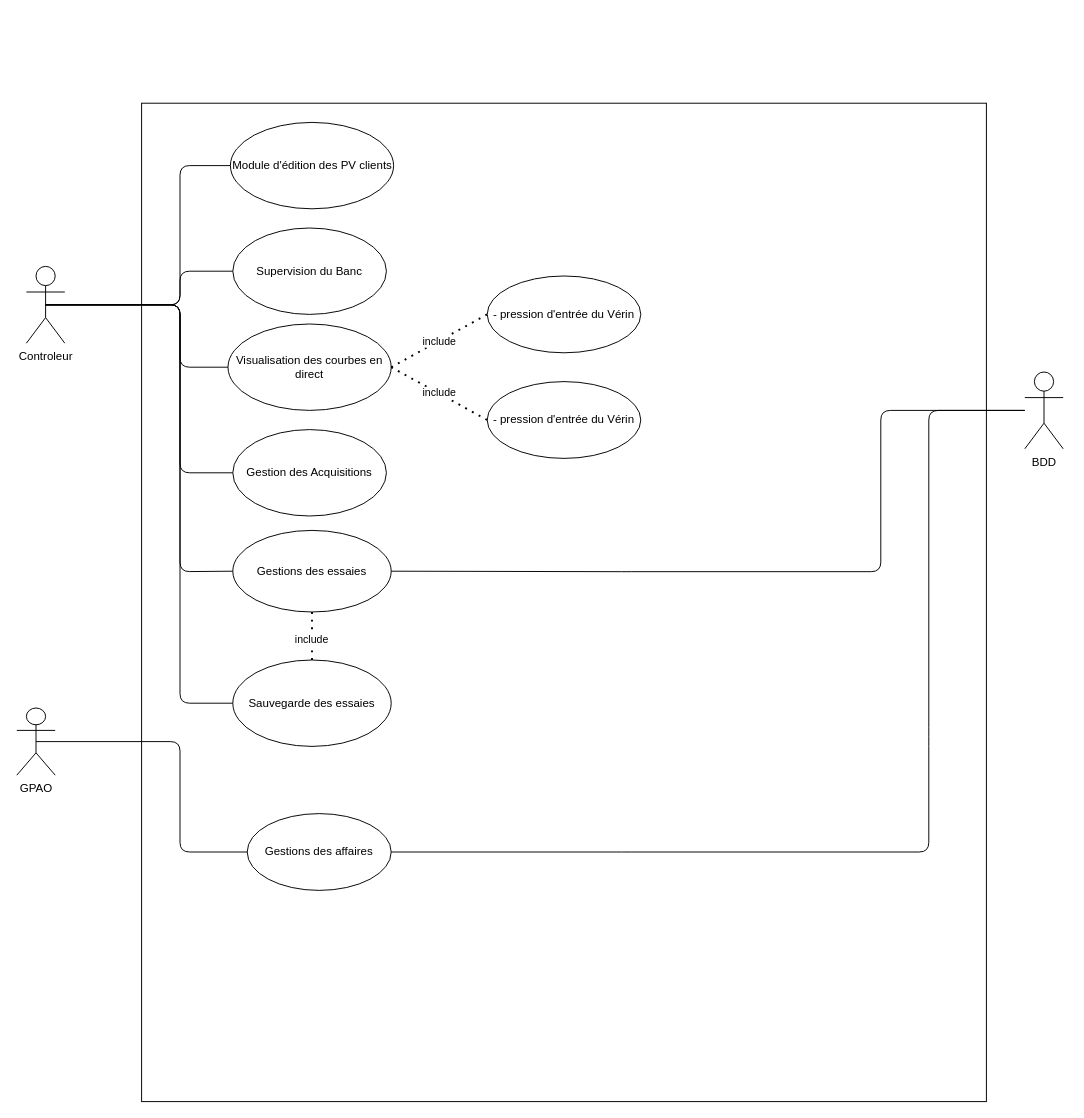
The draw.io diagram Analyse/diagrammeDUtilisation.drawio in MRCThomas/testDeVerinSurBancHydraulique, before the edit. Source tidied: cells renumbered, new cells numbered last; positions are measured from the earlier drawing's top-left corner, leaving out a move shared by most shapes. Both pictures are drawn from the tidied source at 96%, with x=0, y=0 at pixel (16, 103).
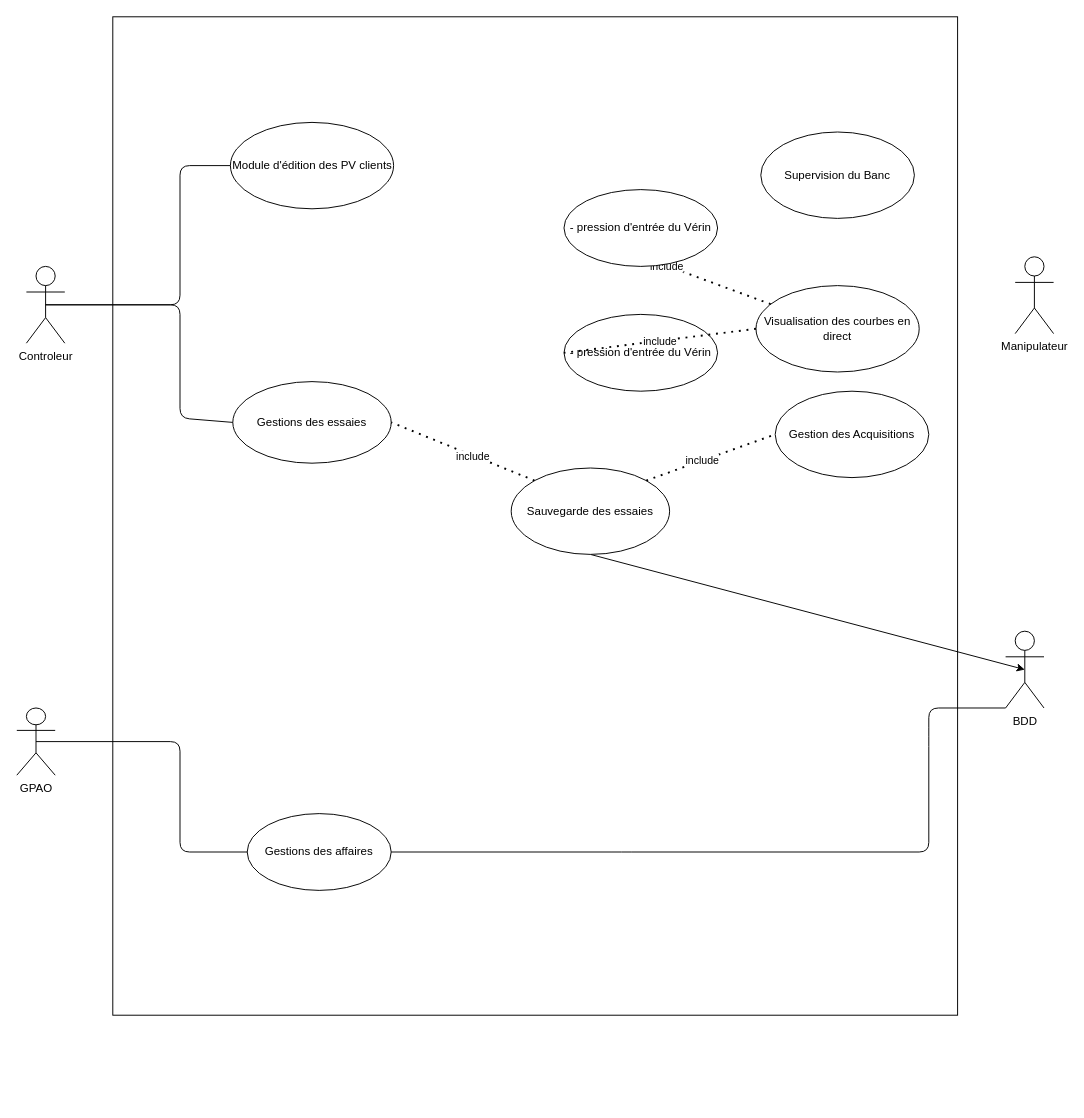
Above is the later version.

Commit message (it also covers changes not shown here):
Modification des différents diagramme.

The change refers to these unchanged cells:
```xml
<mxCell id="2" value="Controleur&lt;br&gt;" style="shape=umlActor;verticalLabelPosition=bottom;verticalAlign=top;html=1;outlineConnect=0;" parent="1" vertex="1">
  <mxGeometry x="10" y="170" width="40" height="80" as="geometry" />
</mxCell>
<mxCell id="9" value="Gestions des affaires" style="ellipse;whiteSpace=wrap;html=1;" parent="1" vertex="1">
  <mxGeometry x="240" y="740" width="150" height="80" as="geometry" />
</mxCell>
```

Diff of the diagram source:
```diff
@@
+    <mxCell id="5" style="rounded=0;whiteSpace=wrap;html=1;" parent="1" vertex="1">
+      <mxGeometry x="100" y="-90" width="880" height="1040" as="geometry" />
+    </mxCell>
@@
     <mxCell id="4" value="BDD&lt;br&gt;" style="shape=umlActor;verticalLabelPosition=bottom;verticalAlign=top;html=1;outlineConnect=0;" parent="1" vertex="1">
-      <mxGeometry x="1050" y="280" width="40" height="80" as="geometry" />
+      <mxGeometry x="1030" y="550" width="40" height="80" as="geometry" />
     </mxCell>
-    <mxCell id="5" style="rounded=0;whiteSpace=wrap;html=1;" parent="1" vertex="1">
-      <mxGeometry x="130" width="880" height="1040" as="geometry" />
-    </mxCell>
     <mxCell id="6" value="Supervision du Banc" style="ellipse;whiteSpace=wrap;html=1;" parent="1" vertex="1">
-      <mxGeometry x="225" y="130" width="160" height="90" as="geometry" />
+      <mxGeometry x="775" y="30" width="160" height="90" as="geometry" />
     </mxCell>
     <mxCell id="7" value="Visualisation des courbes en direct" style="ellipse;whiteSpace=wrap;html=1;" parent="1" vertex="1">
-      <mxGeometry x="220" y="230" width="170" height="90" as="geometry" />
+      <mxGeometry x="770" y="190" width="170" height="90" as="geometry" />
     </mxCell>
     <mxCell id="8" value="Gestions des essaies" style="ellipse;whiteSpace=wrap;html=1;" parent="1" vertex="1">
-      <mxGeometry x="225" y="445" width="165" height="85" as="geometry" />
+      <mxGeometry x="225" y="290" width="165" height="85" as="geometry" />
     </mxCell>
@@
     <mxCell id="10" value="Gestion des Acquisitions" style="ellipse;whiteSpace=wrap;html=1;" parent="1" vertex="1">
-      <mxGeometry x="225" y="340" width="160" height="90" as="geometry" />
+      <mxGeometry x="790" y="300" width="160" height="90" as="geometry" />
     </mxCell>
-    <mxCell id="11" value="include" style="endArrow=none;dashed=1;html=1;dashPattern=1 3;strokeWidth=2;exitX=1;exitY=0.5;exitDx=0;exitDy=0;entryX=0;entryY=0.5;entryDx=0;entryDy=0;" parent="1" edge="1" source="7" target="12">
+    <mxCell id="11" value="include" style="endArrow=none;dashed=1;html=1;dashPattern=1 3;strokeWidth=2;entryX=0;entryY=0.5;entryDx=0;entryDy=0;" parent="1" edge="1" source="7" target="12">
       <mxGeometry relative="1" as="geometry" />
     </mxCell>
     <mxCell id="12" value="- pression d'entrée du Vérin" style="ellipse;whiteSpace=wrap;html=1;" parent="1" vertex="1">
-      <mxGeometry x="490" y="180" width="160" height="80" as="geometry" />
+      <mxGeometry x="570" y="90" width="160" height="80" as="geometry" />
     </mxCell>
-    <mxCell id="13" style="endArrow=none;html=1;entryX=1;entryY=0.5;entryDx=0;entryDy=0;" parent="1" edge="1" source="4" target="9">
+    <mxCell id="13" style="endArrow=none;html=1;entryX=1;entryY=0.5;entryDx=0;entryDy=0;exitX=0;exitY=1;exitDx=0;exitDy=0;exitPerimeter=0;" parent="1" edge="1" source="4" target="9">
       <mxGeometry relative="1" as="geometry">
         <Array as="points">
-          <mxPoint x="950" y="320" />
+          <mxPoint x="950" y="630" />
           <mxPoint x="950" y="660" />
           <mxPoint x="950" y="780" />
           <mxPoint x="630" y="780" />
         </Array>
       </mxGeometry>
     </mxCell>
-    <mxCell id="14" style="endArrow=none;html=1;entryX=1;entryY=0.5;entryDx=0;entryDy=0;" parent="1" edge="1" source="4" target="8">
-      <mxGeometry relative="1" as="geometry">
-        <Array as="points">
-          <mxPoint x="900" y="320" />
-          <mxPoint x="900" y="488" />
-          <mxPoint x="630" y="488" />
-        </Array>
-      </mxGeometry>
-    </mxCell>
+    <mxCell id="28" style="edgeStyle=none;html=1;exitX=0.5;exitY=1;exitDx=0;exitDy=0;entryX=0.5;entryY=0.5;entryDx=0;entryDy=0;entryPerimeter=0;" parent="1" edge="1" source="15" target="4">
+      <mxGeometry relative="1" as="geometry" />
+    </mxCell>
     <mxCell id="15" value="Sauvegarde des essaies" style="ellipse;whiteSpace=wrap;html=1;" parent="1" vertex="1">
-      <mxGeometry x="225" y="580" width="165" height="90" as="geometry" />
+      <mxGeometry x="515" y="380" width="165" height="90" as="geometry" />
     </mxCell>
-    <mxCell id="16" style="endArrow=none;dashed=1;html=1;dashPattern=1 3;strokeWidth=2;exitX=0.5;exitY=0;exitDx=0;exitDy=0;entryX=0.5;entryY=1;entryDx=0;entryDy=0;" parent="1" edge="1" source="15" target="8">
+    <mxCell id="16" style="endArrow=none;dashed=1;html=1;dashPattern=1 3;strokeWidth=2;exitX=0;exitY=0;exitDx=0;exitDy=0;entryX=1;entryY=0.5;entryDx=0;entryDy=0;" parent="1" edge="1" source="15" target="8">
       <mxGeometry relative="1" as="geometry" />
     </mxCell>
@@
     <mxCell id="19" value="- pression d'entrée du Vérin" style="ellipse;whiteSpace=wrap;html=1;" parent="1" vertex="1">
-      <mxGeometry x="490" y="290" width="160" height="80" as="geometry" />
+      <mxGeometry x="570" y="220" width="160" height="80" as="geometry" />
     </mxCell>
-    <mxCell id="20" value="include" style="endArrow=none;dashed=1;html=1;dashPattern=1 3;strokeWidth=2;exitX=1;exitY=0.5;exitDx=0;exitDy=0;entryX=0;entryY=0.5;entryDx=0;entryDy=0;" parent="1" edge="1" source="7" target="19">
+    <mxCell id="20" value="include" style="endArrow=none;dashed=1;html=1;dashPattern=1 3;strokeWidth=2;exitX=0;exitY=0.5;exitDx=0;exitDy=0;entryX=0;entryY=0.5;entryDx=0;entryDy=0;" parent="1" edge="1" source="7" target="19">
       <mxGeometry relative="1" as="geometry" />
     </mxCell>
@@
-    <mxCell id="22" style="endArrow=none;html=1;exitX=0.5;exitY=0.5;exitDx=0;exitDy=0;exitPerimeter=0;entryX=0;entryY=0.5;entryDx=0;entryDy=0;" parent="1" edge="1" source="2" target="7">
-      <mxGeometry relative="1" as="geometry">
-        <Array as="points">
-          <mxPoint x="170" y="210" />
-          <mxPoint x="170" y="275" />
-        </Array>
-      </mxGeometry>
-    </mxCell>
     <mxCell id="23" style="endArrow=none;html=1;exitX=0.5;exitY=0.5;exitDx=0;exitDy=0;exitPerimeter=0;entryX=0;entryY=0.5;entryDx=0;entryDy=0;" parent="1" edge="1" source="2" target="8">
       <mxGeometry relative="1" as="geometry">
         <Array as="points">
           <mxPoint x="170" y="210" />
-          <mxPoint x="170" y="488" />
+          <mxPoint x="170" y="328" />
         </Array>
       </mxGeometry>
     </mxCell>
-    <mxCell id="24" style="endArrow=none;html=1;exitX=0.5;exitY=0.5;exitDx=0;exitDy=0;exitPerimeter=0;entryX=0;entryY=0.5;entryDx=0;entryDy=0;" parent="1" edge="1" source="2" target="6">
-      <mxGeometry relative="1" as="geometry">
-        <Array as="points">
-          <mxPoint x="170" y="210" />
-          <mxPoint x="170" y="175" />
-        </Array>
-      </mxGeometry>
-    </mxCell>
-    <mxCell id="25" style="endArrow=none;html=1;exitX=0.5;exitY=0.5;exitDx=0;exitDy=0;exitPerimeter=0;entryX=0;entryY=0.5;entryDx=0;entryDy=0;" parent="1" edge="1" source="2" target="10">
-      <mxGeometry relative="1" as="geometry">
-        <Array as="points">
-          <mxPoint x="170" y="210" />
-          <mxPoint x="170" y="385" />
-        </Array>
-      </mxGeometry>
-    </mxCell>
-    <mxCell id="26" style="endArrow=none;html=1;exitX=0.5;exitY=0.5;exitDx=0;exitDy=0;exitPerimeter=0;entryX=0;entryY=0.5;entryDx=0;entryDy=0;" parent="1" edge="1" source="2" target="15">
-      <mxGeometry relative="1" as="geometry">
-        <Array as="points">
-          <mxPoint x="170" y="210" />
-          <mxPoint x="170" y="625" />
-        </Array>
-      </mxGeometry>
-    </mxCell>
@@
+    <mxCell id="29" value="Manipulateur" style="shape=umlActor;verticalLabelPosition=bottom;verticalAlign=top;html=1;" parent="1" vertex="1">
+      <mxGeometry x="1040" y="160" width="40" height="80" as="geometry" />
+    </mxCell>
+    <mxCell id="30" style="endArrow=none;dashed=1;html=1;dashPattern=1 3;strokeWidth=2;exitX=1;exitY=0;exitDx=0;exitDy=0;entryX=0;entryY=0.5;entryDx=0;entryDy=0;" parent="1" edge="1" source="15" target="10">
+      <mxGeometry relative="1" as="geometry" />
+    </mxCell>
+    <mxCell id="31" value="include" style="edgeLabel;html=1;align=center;verticalAlign=middle;" parent="30" vertex="1">
+      <mxGeometry x="-0.13" y="1" relative="1" as="geometry" />
+    </mxCell>
```
